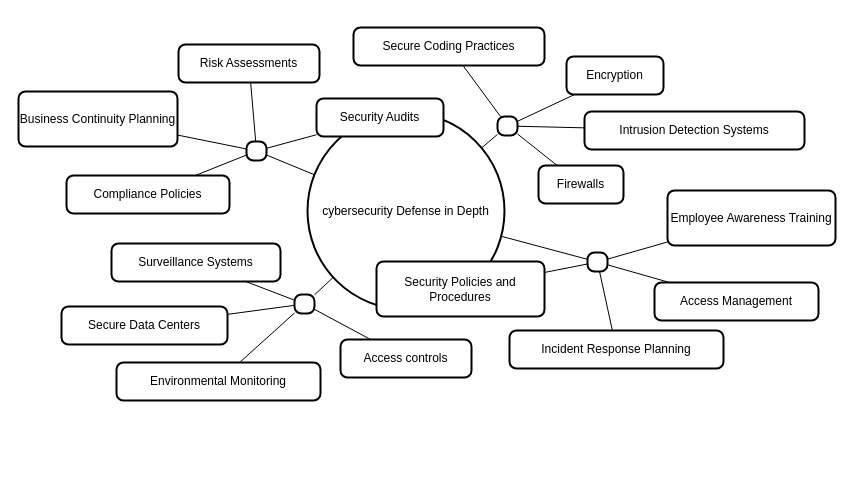
This is CS_defenceInDepth_mm.drawio from James-Tye/james-tye, a draw.io file, before an edit. Source tidied: cells renumbered, new cells numbered last; positions are measured from the earlier drawing's top-left corner, leaving out a move shared by most shapes. Both pictures are drawn from the tidied source at 100%, with x=0, y=0 at pixel (18, 27).
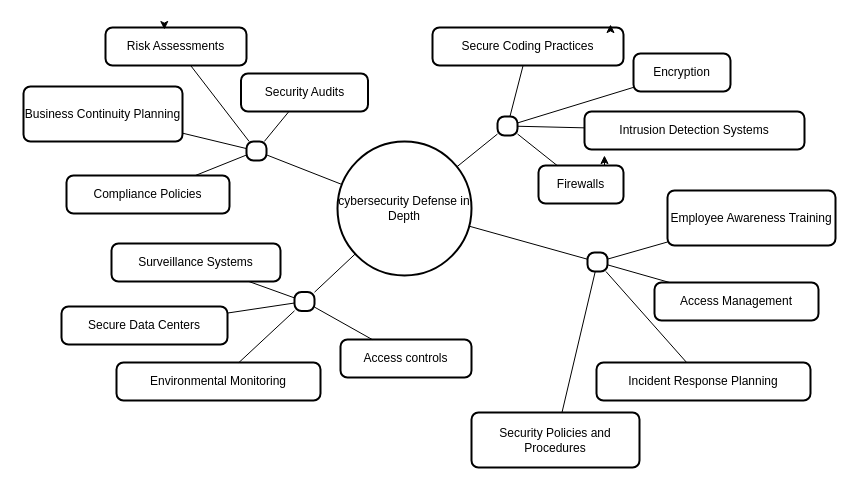
The same diagram, later.

Unchanged cells that the change refers to:
```xml
<mxCell id="4" value="Firewalls" style="rounded=1;absoluteArcSize=1;arcSize=14;whiteSpace=wrap;strokeWidth=2;" parent="1" vertex="1">
  <mxGeometry x="520" y="138" width="85" height="38" as="geometry" />
</mxCell>
```

Change to the diagram source:
```diff
@@
     <mxCell id="2" value="cybersecurity Defense in Depth" style="ellipse;strokeWidth=2;whiteSpace=wrap;" parent="1" vertex="1">
-      <mxGeometry x="289" y="85" width="197" height="197" as="geometry" />
+      <mxGeometry x="319" y="114" width="134" height="134" as="geometry" />
     </mxCell>
@@
     <mxCell id="6" value="Secure Coding Practices" style="rounded=1;absoluteArcSize=1;arcSize=14;whiteSpace=wrap;strokeWidth=2;" parent="1" vertex="1">
-      <mxGeometry x="335" width="191" height="38" as="geometry" />
+      <mxGeometry x="414" width="191" height="38" as="geometry" />
     </mxCell>
     <mxCell id="7" value="Encryption" style="rounded=1;absoluteArcSize=1;arcSize=14;whiteSpace=wrap;strokeWidth=2;" parent="1" vertex="1">
-      <mxGeometry x="548" y="29" width="97" height="38" as="geometry" />
+      <mxGeometry x="615" y="26" width="97" height="38" as="geometry" />
     </mxCell>
@@
     <mxCell id="9" value="Security Policies and Procedures" style="rounded=1;absoluteArcSize=1;arcSize=14;whiteSpace=wrap;strokeWidth=2;" parent="1" vertex="1">
-      <mxGeometry x="358" y="234" width="168" height="55" as="geometry" />
+      <mxGeometry x="453" y="385" width="168" height="55" as="geometry" />
     </mxCell>
@@
     <mxCell id="11" value="Incident Response Planning" style="rounded=1;absoluteArcSize=1;arcSize=14;whiteSpace=wrap;strokeWidth=2;" parent="1" vertex="1">
-      <mxGeometry x="491" y="303" width="214" height="38" as="geometry" />
+      <mxGeometry x="578" y="335" width="214" height="38" as="geometry" />
     </mxCell>
@@
     <mxCell id="13" style="rounded=1;absoluteArcSize=1;arcSize=14;whiteSpace=wrap;strokeWidth=2;" parent="1" vertex="1">
-      <mxGeometry x="276" y="267" width="20" height="19" as="geometry" />
+      <mxGeometry x="276" y="264.5" width="20" height="19" as="geometry" />
     </mxCell>
@@
     <mxCell id="19" value="Risk Assessments" style="rounded=1;absoluteArcSize=1;arcSize=14;whiteSpace=wrap;strokeWidth=2;" parent="1" vertex="1">
-      <mxGeometry x="160" y="17" width="141" height="38" as="geometry" />
+      <mxGeometry x="87" width="141" height="38" as="geometry" />
     </mxCell>
     <mxCell id="20" value="Security Audits" style="rounded=1;absoluteArcSize=1;arcSize=14;whiteSpace=wrap;strokeWidth=2;" parent="1" vertex="1">
-      <mxGeometry x="298" y="71" width="127" height="38" as="geometry" />
+      <mxGeometry x="222.5" y="46" width="127" height="38" as="geometry" />
     </mxCell>
@@
     <mxCell id="22" value="Business Continuity Planning" style="rounded=1;absoluteArcSize=1;arcSize=14;whiteSpace=wrap;strokeWidth=2;" parent="1" vertex="1">
-      <mxGeometry y="64" width="159" height="55" as="geometry" />
+      <mxGeometry x="5" y="59" width="159" height="55" as="geometry" />
     </mxCell>
@@
+    <mxCell id="43" style="edgeStyle=orthogonalEdgeStyle;rounded=0;orthogonalLoop=1;jettySize=auto;html=1;exitX=0.5;exitY=0;exitDx=0;exitDy=0;entryX=0.418;entryY=0.053;entryDx=0;entryDy=0;entryPerimeter=0;" parent="1" edge="1" source="19" target="19">
+      <mxGeometry relative="1" as="geometry" />
+    </mxCell>
+    <mxCell id="44" style="edgeStyle=orthogonalEdgeStyle;rounded=0;orthogonalLoop=1;jettySize=auto;html=1;exitX=0.75;exitY=0;exitDx=0;exitDy=0;entryX=0.932;entryY=-0.079;entryDx=0;entryDy=0;entryPerimeter=0;" parent="1" edge="1" source="6" target="6">
+      <mxGeometry relative="1" as="geometry" />
+    </mxCell>
+    <mxCell id="45" style="edgeStyle=orthogonalEdgeStyle;rounded=0;orthogonalLoop=1;jettySize=auto;html=1;exitX=0.5;exitY=0;exitDx=0;exitDy=0;entryX=0.776;entryY=-0.263;entryDx=0;entryDy=0;entryPerimeter=0;" parent="1" edge="1" source="4" target="4">
+      <mxGeometry relative="1" as="geometry" />
+    </mxCell>
```
